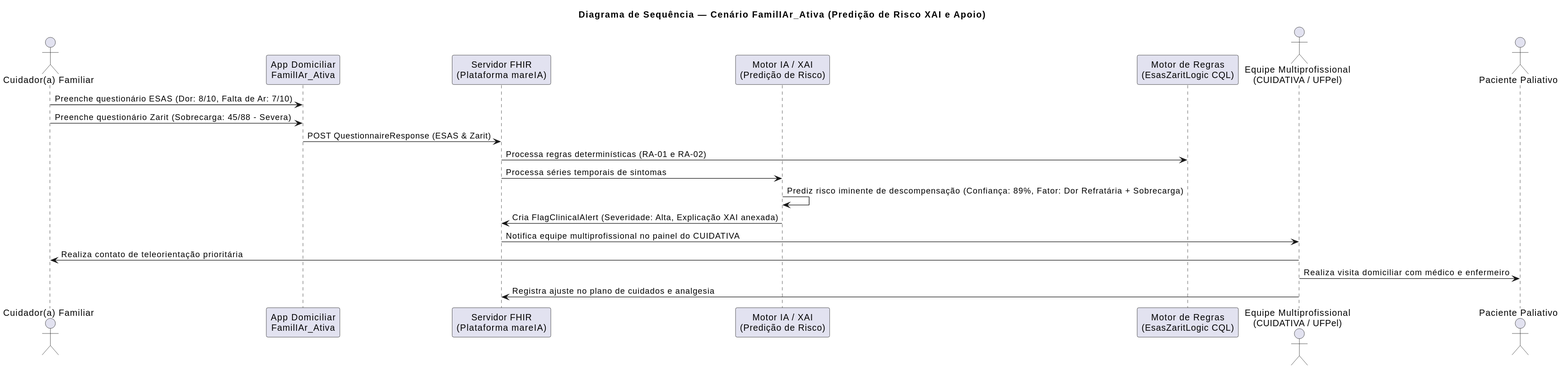
Above: input/images/scenario-sequence-familiarativa.svg in brunovitorp/mareIA-ig (PlantUML), before the change. Source of this version:
```plantuml
@startuml
title Diagrama de Sequência — Cenário FamilIAr_Ativa (Predição de Risco XAI e Apoio)
skinparam shadowing false
skinparam defaultFontName Helvetica

actor "Cuidador(a) Familiar" as Cuidador
participant "App Domiciliar\nFamilIAr_Ativa" as App
participant "Servidor FHIR\n(Plataforma mareIA)" as FHIR
participant "Motor IA / XAI\n(Predição de Risco)" as XAI
participant "Motor de Regras\n(EsasZaritLogic CQL)" as Engine
actor "Equipe Multiprofissional\n(CUIDATIVA / UFPel)" as Equipe
actor "Paciente Paliativo" as Paciente

Cuidador -> App: Preenche questionário ESAS (Dor: 8/10, Falta de Ar: 7/10)
Cuidador -> App: Preenche questionário Zarit (Sobrecarga: 45/88 - Severa)
App -> FHIR: POST QuestionnaireResponse (ESAS & Zarit)
FHIR -> Engine: Processa regras determinísticas (RA-01 e RA-02)
FHIR -> XAI: Processa séries temporais de sintomas
XAI -> XAI: Prediz risco iminente de descompensação (Confiança: 89%, Fator: Dor Refratária + Sobrecarga)
XAI -> FHIR: Cria FlagClinicalAlert (Severidade: Alta, Explicação XAI anexada)
FHIR -> Equipe: Notifica equipe multiprofissional no painel do CUIDATIVA
Equipe -> Cuidador: Realiza contato de teleorientação prioritária
Equipe -> Paciente: Realiza visita domiciliar com médico e enfermeiro
Equipe -> FHIR: Registra ajuste no plano de cuidados e analgesia
@enduml
```
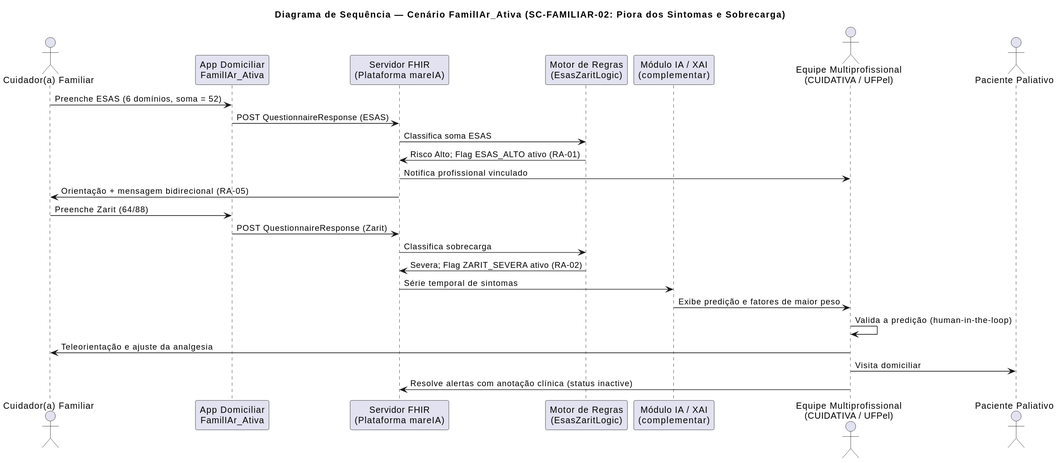
Later version of the same file.

Diff of the diagram source:
```diff
@@ -1,25 +1,30 @@
 @startuml
-title Diagrama de Sequência — Cenário FamilIAr_Ativa (Predição de Risco XAI e Apoio)
+title Diagrama de Sequência — Cenário FamilIAr_Ativa (SC-FAMILIAR-02: Piora dos Sintomas e Sobrecarga)
 skinparam shadowing false
 skinparam defaultFontName Helvetica
 
 actor "Cuidador(a) Familiar" as Cuidador
 participant "App Domiciliar\nFamilIAr_Ativa" as App
 participant "Servidor FHIR\n(Plataforma mareIA)" as FHIR
-participant "Motor IA / XAI\n(Predição de Risco)" as XAI
-participant "Motor de Regras\n(EsasZaritLogic CQL)" as Engine
+participant "Motor de Regras\n(EsasZaritLogic)" as Engine
+participant "Módulo IA / XAI\n(complementar)" as XAI
 actor "Equipe Multiprofissional\n(CUIDATIVA / UFPel)" as Equipe
 actor "Paciente Paliativo" as Paciente
 
-Cuidador -> App: Preenche questionário ESAS (Dor: 8/10, Falta de Ar: 7/10)
-Cuidador -> App: Preenche questionário Zarit (Sobrecarga: 45/88 - Severa)
-App -> FHIR: POST QuestionnaireResponse (ESAS & Zarit)
-FHIR -> Engine: Processa regras determinísticas (RA-01 e RA-02)
-FHIR -> XAI: Processa séries temporais de sintomas
-XAI -> XAI: Prediz risco iminente de descompensação (Confiança: 89%, Fator: Dor Refratária + Sobrecarga)
-XAI -> FHIR: Cria FlagClinicalAlert (Severidade: Alta, Explicação XAI anexada)
-FHIR -> Equipe: Notifica equipe multiprofissional no painel do CUIDATIVA
-Equipe -> Cuidador: Realiza contato de teleorientação prioritária
-Equipe -> Paciente: Realiza visita domiciliar com médico e enfermeiro
-Equipe -> FHIR: Registra ajuste no plano de cuidados e analgesia
+Cuidador -> App: Preenche ESAS (6 domínios, soma = 52)
+App -> FHIR: POST QuestionnaireResponse (ESAS)
+FHIR -> Engine: Classifica soma ESAS
+Engine -> FHIR: Risco Alto; Flag ESAS_ALTO ativo (RA-01)
+FHIR -> Equipe: Notifica profissional vinculado
+FHIR -> Cuidador: Orientação + mensagem bidirecional (RA-05)
+Cuidador -> App: Preenche Zarit (64/88)
+App -> FHIR: POST QuestionnaireResponse (Zarit)
+FHIR -> Engine: Classifica sobrecarga
+Engine -> FHIR: Severa; Flag ZARIT_SEVERA ativo (RA-02)
+FHIR -> XAI: Série temporal de sintomas
+XAI -> Equipe: Exibe predição e fatores de maior peso
+Equipe -> Equipe: Valida a predição (human-in-the-loop)
+Equipe -> Cuidador: Teleorientação e ajuste da analgesia
+Equipe -> Paciente: Visita domiciliar
+Equipe -> FHIR: Resolve alertas com anotação clínica (status inactive)
 @enduml
```
